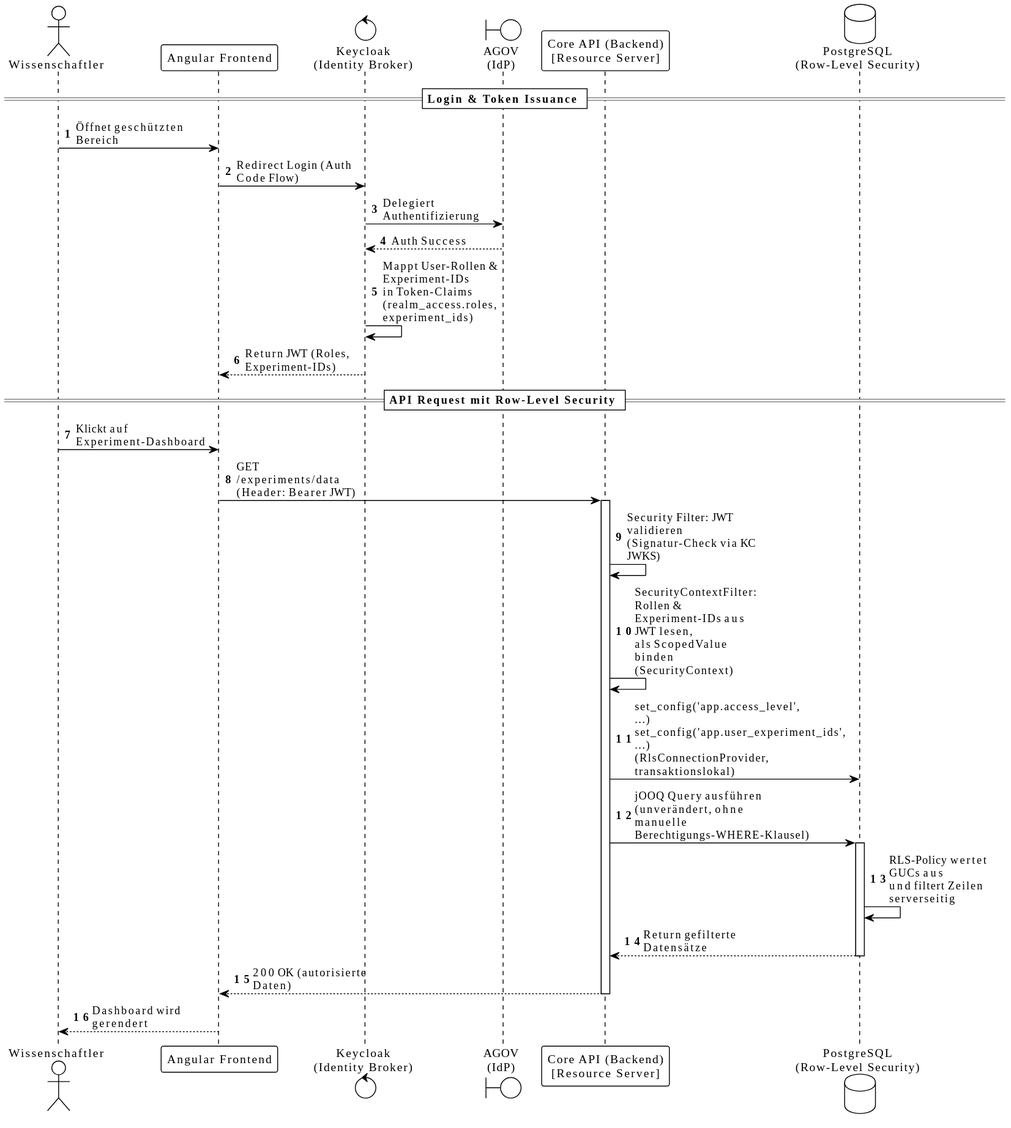
Before: documentation/architecture/images/seq-login-sso.svg, a diagram exported from PlantUML (swisstopo/lg-monteis).
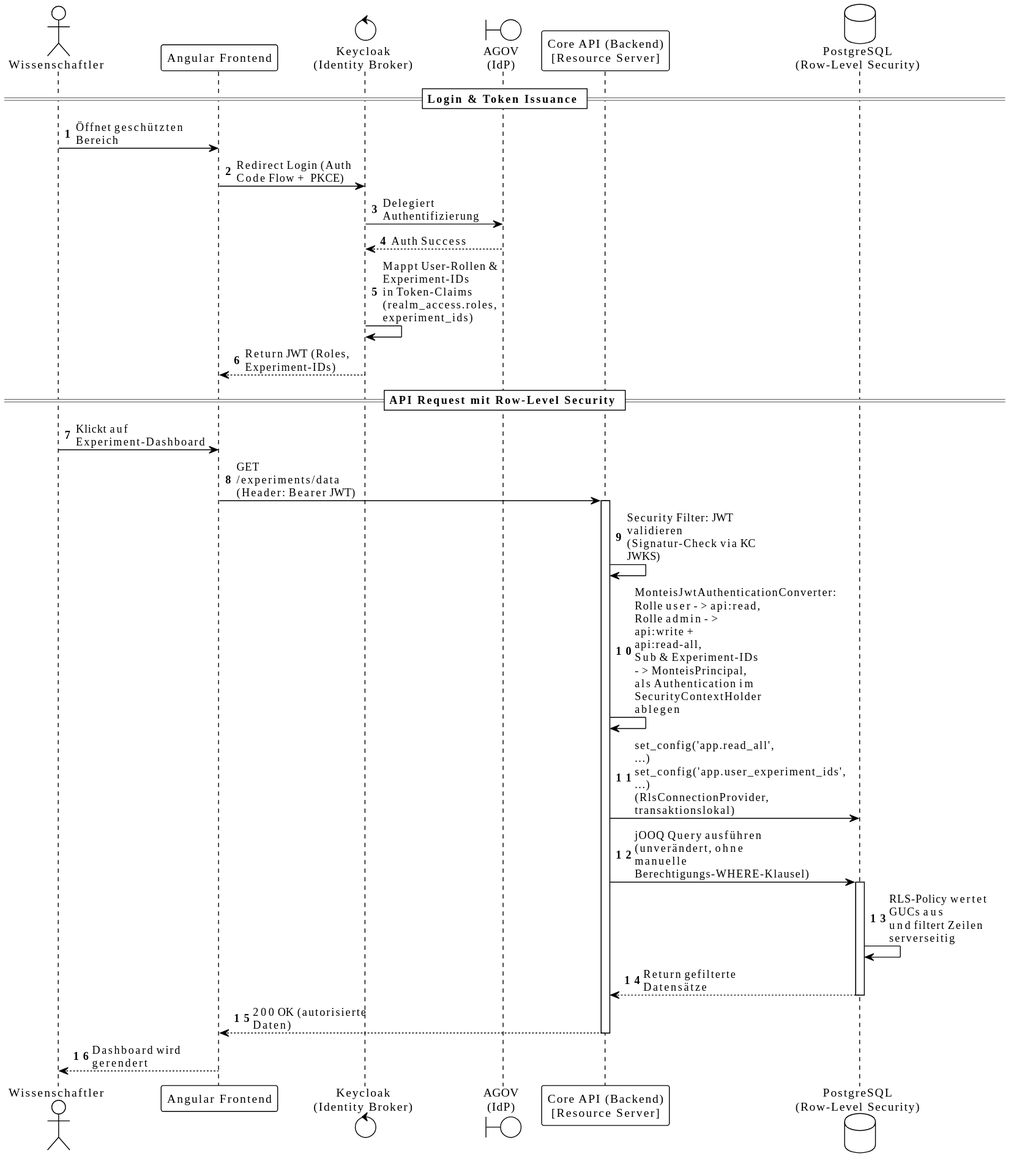
The same file after the commit.

What changed in the source:
```diff
@@ -150,7 +150,7 @@
 
 == Login & Token Issuance ==
 User -> UI : Öffnet geschützten Bereich
-UI -> KC : Redirect Login (Auth Code Flow)
+UI -> KC : Redirect Login (Auth Code Flow + PKCE)
 KC -> AGOV : Delegiert Authentifizierung
 AGOV --> KC : Auth Success
 KC -> KC : Mappt User-Rollen & Experiment-IDs\nin Token-Claims (realm_access.roles, experiment_ids)
@@ -162,9 +162,9 @@
 activate Backend
 
 Backend -> Backend : Security Filter: JWT validieren\n(Signatur-Check via KC JWKS)
-Backend -> Backend : SecurityContextFilter: Rollen &\nExperiment-IDs aus JWT lesen,\nals ScopedValue binden (SecurityContext)
+Backend -> Backend : MonteisJwtAuthenticationConverter: Rolle user -> api:read,\nRolle admin -> api:write + api:read-all,\nSub & Experiment-IDs -> MonteisPrincipal,\nals Authentication im SecurityContextHolder ablegen
 
-Backend -> DB : set_config('app.access_level', ...)\nset_config('app.user_experiment_ids', ...)\n(RlsConnectionProvider, transaktionslokal)
+Backend -> DB : set_config('app.read_all', ...)\nset_config('app.user_experiment_ids', ...)\n(RlsConnectionProvider, transaktionslokal)
 Backend -> DB : jOOQ Query ausführen\n(unverändert, ohne manuelle\nBerechtigungs-WHERE-Klausel)
 activate DB
 DB -> DB : RLS-Policy wertet GUCs aus\nund filtert Zeilen serverseitig
```
